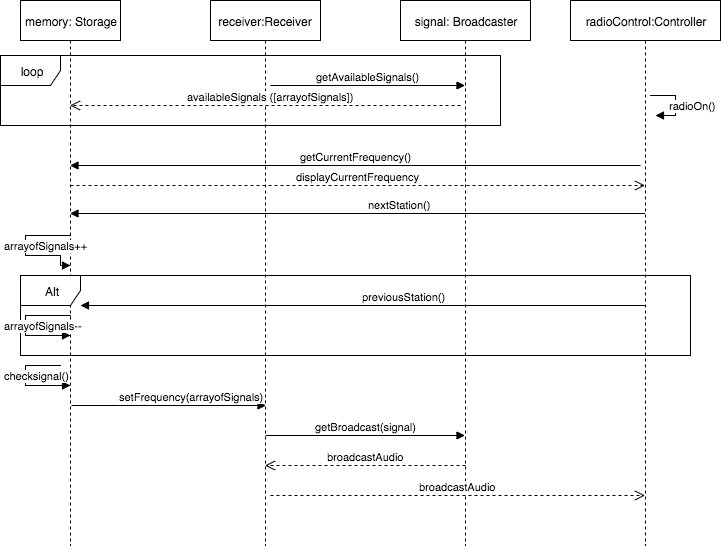
CSCI-360-01-2017/Team-Malaga keeps this draw.io diagram as OSDpng/radioFreqAndModulation.png. Above is the earlier version. Source tidied: cells renumbered, new cells last; positions are measured from the earlier drawing's top-left corner, leaving out a move shared by most shapes.
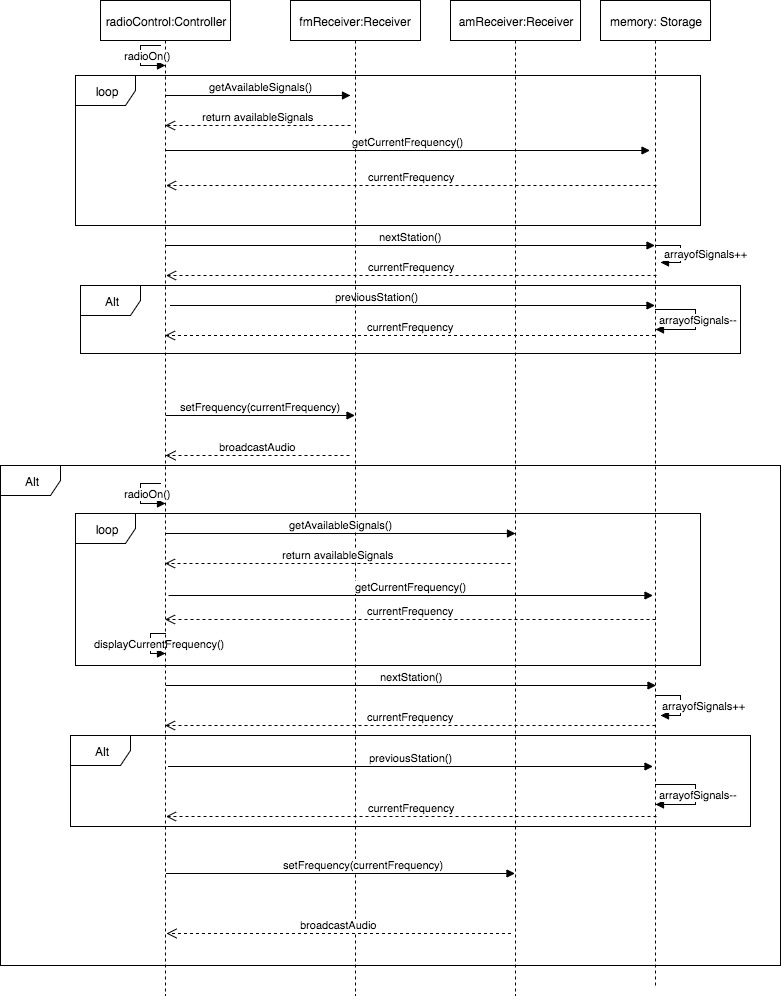
Later version of the same file.

Diff of the diagram source:
```diff
@@ -2,122 +2,241 @@
   <root>
     <mxCell id="0" />
     <mxCell id="1" parent="0" />
-    <mxCell id="2" value="receiver:Receiver" style="shape=umlLifeline;perimeter=lifelinePerimeter;whiteSpace=wrap;html=1;outlineConnect=0;" parent="1" vertex="1">
-      <mxGeometry x="210" width="110" height="545" as="geometry" />
+    <mxCell id="2" value="amReceiver:Receiver" style="shape=umlLifeline;perimeter=lifelinePerimeter;whiteSpace=wrap;html=1;outlineConnect=0;" parent="1" vertex="1">
+      <mxGeometry x="510" width="130" height="995" as="geometry" />
     </mxCell>
-    <mxCell id="3" value="getBroadcast(signal)" style="html=1;verticalAlign=bottom;endArrow=block;" parent="2" edge="1" target="7">
-      <mxGeometry relative="1" as="geometry">
-        <mxPoint x="55" y="435" as="sourcePoint" />
-      </mxGeometry>
-    </mxCell>
-    <mxCell id="4" value="radioControl:Controller" style="shape=umlLifeline;perimeter=lifelinePerimeter;whiteSpace=wrap;html=1;outlineConnect=0;" parent="1" vertex="1">
-      <mxGeometry x="570" width="150" height="545" as="geometry" />
-    </mxCell>
-    <mxCell id="5" value="radioOn()" style="edgeStyle=orthogonalEdgeStyle;html=1;align=left;spacingLeft=2;endArrow=block;rounded=0;entryX=1;entryY=0;" parent="4" edge="1">
-      <mxGeometry x="0.08" y="-10" relative="1" as="geometry">
-        <mxPoint x="80" y="95" as="sourcePoint" />
-        <mxPoint x="85" y="115" as="targetPoint" />
-        <Array as="points">
-          <mxPoint x="105" y="95" />
-        </Array>
-      </mxGeometry>
-    </mxCell>
-    <mxCell id="6" value="getCurrentFrequency()" style="html=1;verticalAlign=bottom;endArrow=block;" parent="4" edge="1" target="12">
-      <mxGeometry relative="1" as="geometry">
-        <mxPoint x="70" y="165" as="sourcePoint" />
-      </mxGeometry>
-    </mxCell>
-    <mxCell id="7" value="signal: Broadcaster" style="shape=umlLifeline;perimeter=lifelinePerimeter;whiteSpace=wrap;html=1;outlineConnect=0;" parent="1" vertex="1">
-      <mxGeometry x="400" width="130" height="545" as="geometry" />
-    </mxCell>
-    <mxCell id="8" value="availableSignals ([arrayofSignals])" style="html=1;verticalAlign=bottom;endArrow=open;dashed=1;endSize=8;" parent="7" edge="1" target="12">
-      <mxGeometry x="-0.02" relative="1" as="geometry">
-        <mxPoint x="60" y="105" as="sourcePoint" />
-      </mxGeometry>
-    </mxCell>
-    <mxCell id="9" value="broadcastAudio" style="html=1;verticalAlign=bottom;endArrow=open;dashed=1;endSize=8;" parent="7" edge="1" target="2">
-      <mxGeometry relative="1" as="geometry">
-        <mxPoint x="65" y="465" as="sourcePoint" />
-      </mxGeometry>
-    </mxCell>
     <mxCell id="10" value="loop" style="shape=umlFrame;whiteSpace=wrap;html=1;" parent="1" vertex="1">
-      <mxGeometry y="55" width="500" height="70" as="geometry" />
+      <mxGeometry x="135" y="75" width="625" height="150" as="geometry" />
     </mxCell>
-    <mxCell id="11" value="getAvailableSignals()" style="html=1;verticalAlign=bottom;endArrow=block;" parent="1" edge="1" target="7">
-      <mxGeometry relative="1" as="geometry">
-        <mxPoint x="270" y="85" as="sourcePoint" />
+    <mxCell id="11" value="getAvailableSignals()" style="html=1;verticalAlign=bottom;endArrow=block;" parent="1" edge="1">
+      <mxGeometry x="-0.81" relative="1" as="geometry">
+        <mxPoint x="350" y="95" as="sourcePoint" />
+        <mxPoint x="410" y="95" as="targetPoint" />
+        <Array as="points">
+          <mxPoint x="220" y="95" />
+        </Array>
       </mxGeometry>
     </mxCell>
     <mxCell id="12" value="memory: Storage" style="shape=umlLifeline;perimeter=lifelinePerimeter;whiteSpace=wrap;html=1;outlineConnect=0;" parent="1" vertex="1">
-      <mxGeometry x="20" width="100" height="545" as="geometry" />
+      <mxGeometry x="660" width="110" height="985" as="geometry" />
     </mxCell>
+    <mxCell id="22" value="arrayofSignals++" style="edgeStyle=orthogonalEdgeStyle;html=1;align=left;spacingLeft=2;endArrow=block;rounded=0;entryX=1;entryY=0;" parent="12" edge="1">
+      <mxGeometry x="0.08" y="-20" relative="1" as="geometry">
+        <mxPoint x="55" y="245" as="sourcePoint" />
+        <mxPoint x="60" y="262" as="targetPoint" />
+        <Array as="points">
+          <mxPoint x="55" y="245" />
+          <mxPoint x="80" y="245" />
+          <mxPoint x="80" y="262" />
+        </Array>
+      </mxGeometry>
+    </mxCell>
-    <mxCell id="13" value="nextStation()" style="html=1;verticalAlign=bottom;endArrow=block;" parent="1" edge="1" source="4" target="12">
-      <mxGeometry x="-0.15" relative="1" as="geometry">
+    <mxCell id="13" value="nextStation()" style="html=1;verticalAlign=bottom;endArrow=block;" parent="1" edge="1" target="12">
+      <mxGeometry x="-0.99" relative="1" as="geometry">
+        <mxPoint x="474.5" y="245" as="sourcePoint" />
         <Array as="points">
-          <mxPoint x="440" y="213" />
+          <mxPoint x="220" y="245" />
         </Array>
       </mxGeometry>
     </mxCell>
-    <mxCell id="14" value="displayCurrentFrequency" style="html=1;verticalAlign=bottom;endArrow=open;dashed=1;endSize=8;" parent="1" edge="1" target="4">
-      <mxGeometry relative="1" as="geometry">
-        <mxPoint x="70" y="185" as="sourcePoint" />
-      </mxGeometry>
-    </mxCell>
     <mxCell id="15" value="Alt" style="shape=umlFrame;whiteSpace=wrap;html=1;" parent="1" vertex="1">
-      <mxGeometry x="20" y="275" width="670" height="80" as="geometry" />
+      <mxGeometry x="140" y="285" width="660" height="68" as="geometry" />
     </mxCell>
-    <mxCell id="16" value="previousStation()" style="html=1;verticalAlign=bottom;endArrow=block;" parent="1" edge="1">
+    <mxCell id="16" value="previousStation()" style="html=1;verticalAlign=bottom;endArrow=block;" parent="1" edge="1" target="12">
       <mxGeometry x="-0.15" relative="1" as="geometry">
-        <mxPoint x="645.5" y="305" as="sourcePoint" />
-        <mxPoint x="80" y="305" as="targetPoint" />
+        <mxPoint x="229.5" y="305" as="sourcePoint" />
         <Array as="points">
           <mxPoint x="441" y="305" />
         </Array>
       </mxGeometry>
     </mxCell>
-    <mxCell id="17" value="arrayofSignals++" style="edgeStyle=orthogonalEdgeStyle;html=1;align=left;spacingLeft=2;endArrow=block;rounded=0;" parent="1" edge="1">
-      <mxGeometry x="0.08" y="27" relative="1" as="geometry">
-        <mxPoint x="70" y="235" as="sourcePoint" />
-        <mxPoint x="70" y="265" as="targetPoint" />
-        <Array as="points">
-          <mxPoint x="25" y="235" />
-          <mxPoint x="25" y="255" />
-          <mxPoint x="60" y="255" />
-          <mxPoint x="60" y="265" />
-        </Array>
-        <mxPoint x="-25" y="17" as="offset" />
-      </mxGeometry>
-    </mxCell>
-    <mxCell id="18" value="setFrequency(arrayofSignals)" style="html=1;verticalAlign=bottom;endArrow=block;" parent="1" edge="1">
-      <mxGeometry x="1" y="150" as="geometry">
-        <mxPoint x="71" y="405" as="sourcePoint" />
-        <mxPoint x="265.5" y="405" as="targetPoint" />
-        <mxPoint x="23" as="offset" />
-      </mxGeometry>
-    </mxCell>
-    <mxCell id="19" value="arrayofSignals--" style="edgeStyle=orthogonalEdgeStyle;html=1;align=left;spacingLeft=2;endArrow=block;rounded=0;entryX=0.5;entryY=0.6;entryPerimeter=0;" parent="1" edge="1">
-      <mxGeometry as="geometry">
-        <mxPoint x="70" y="315" as="sourcePoint" />
-        <mxPoint x="70" y="335" as="targetPoint" />
+    <mxCell id="19" value="arrayofSignals--" style="edgeStyle=orthogonalEdgeStyle;html=1;align=left;spacingLeft=2;endArrow=block;rounded=0;" parent="1" edge="1">
+      <mxGeometry x="-5" y="-16" as="geometry">
+        <mxPoint x="715" y="309" as="sourcePoint" />
+        <mxPoint x="715" y="329" as="targetPoint" />
         <Array as="points">
-          <mxPoint x="25" y="315" />
-          <mxPoint x="25" y="335" />
+          <mxPoint x="755" y="309" />
+          <mxPoint x="755" y="329" />
         </Array>
-        <mxPoint x="-70" as="offset" />
       </mxGeometry>
     </mxCell>
-    <mxCell id="20" value="broadcastAudio" style="html=1;verticalAlign=bottom;endArrow=open;dashed=1;endSize=8;exitX=0.545;exitY=0.908;exitPerimeter=0;" parent="1" edge="1" source="2" target="4">
-      <mxGeometry relative="1" as="geometry" />
-    </mxCell>
-    <mxCell id="21" value="checksignal()" style="edgeStyle=orthogonalEdgeStyle;html=1;align=left;spacingLeft=2;endArrow=block;rounded=0;" parent="1" edge="1">
-      <mxGeometry x="0.1" y="27" relative="1" as="geometry">
-        <mxPoint x="60" y="365" as="sourcePoint" />
-        <mxPoint x="70" y="385" as="targetPoint" />
-        <Array as="points">
-          <mxPoint x="25" y="365" />
-        </Array>
-        <mxPoint x="-25" y="17" as="offset" />
-      </mxGeometry>
-    </mxCell>
+    <mxCell id="23" value="currentFrequency" style="html=1;verticalAlign=bottom;endArrow=open;dashed=1;endSize=8;" parent="1" edge="1" source="12" target="4">
+      <mxGeometry relative="1" as="geometry">
+        <Array as="points">
+          <mxPoint x="470" y="335" />
+        </Array>
+      </mxGeometry>
+    </mxCell>
+    <mxCell id="24" value="return availableSignals" style="html=1;verticalAlign=bottom;endArrow=open;dashed=1;endSize=8;" parent="1" edge="1" target="4">
+      <mxGeometry relative="1" as="geometry">
+        <mxPoint x="410" y="125" as="sourcePoint" />
+      </mxGeometry>
+    </mxCell>
+    <mxCell id="25" value="fmReceiver:Receiver" style="shape=umlLifeline;perimeter=lifelinePerimeter;whiteSpace=wrap;html=1;outlineConnect=0;" parent="1" vertex="1">
+      <mxGeometry x="350" width="130" height="995" as="geometry" />
+    </mxCell>
+    <mxCell id="26" value="getCurrentFrequency()" style="html=1;verticalAlign=bottom;endArrow=block;" parent="1" edge="1">
+      <mxGeometry x="265" y="205" as="geometry">
+        <mxPoint x="225" y="150" as="sourcePoint" />
+        <mxPoint x="709.5" y="150" as="targetPoint" />
+      </mxGeometry>
+    </mxCell>
+    <mxCell id="27" value="displayCurrentFrequency()" style="edgeStyle=orthogonalEdgeStyle;html=1;align=left;spacingLeft=2;endArrow=block;rounded=0;" parent="1" edge="1">
+      <mxGeometry y="118" as="geometry">
+        <mxPoint x="225" y="633" as="sourcePoint" />
+        <mxPoint x="225" y="653" as="targetPoint" />
+        <Array as="points">
+          <mxPoint x="210" y="633" />
+        </Array>
+        <mxPoint x="-75" as="offset" />
+      </mxGeometry>
+    </mxCell>
+    <mxCell id="28" value="loop" style="shape=umlFrame;whiteSpace=wrap;html=1;" parent="1" vertex="1">
+      <mxGeometry x="135" y="513" width="625" height="152" as="geometry" />
+    </mxCell>
+    <mxCell id="29" value="getAvailableSignals()" style="html=1;verticalAlign=bottom;endArrow=block;" parent="1" edge="1">
+      <mxGeometry x="264.5" y="588" as="geometry">
+        <mxPoint x="224.5" y="533" as="sourcePoint" />
+        <mxPoint x="575" y="533" as="targetPoint" />
+        <Array as="points">
+          <mxPoint x="400" y="533" />
+        </Array>
+        <mxPoint x="1" as="offset" />
+      </mxGeometry>
+    </mxCell>
+    <mxCell id="30" value="arrayofSignals++" style="edgeStyle=orthogonalEdgeStyle;html=1;align=left;spacingLeft=2;endArrow=block;rounded=0;entryX=1;entryY=0;" parent="1" edge="1">
+      <mxGeometry x="755" y="750" as="geometry">
+        <mxPoint x="715" y="695" as="sourcePoint" />
+        <mxPoint x="720" y="715" as="targetPoint" />
+        <Array as="points">
+          <mxPoint x="740" y="695" />
+        </Array>
+      </mxGeometry>
+    </mxCell>
+    <mxCell id="31" value="nextStation()" style="html=1;verticalAlign=bottom;endArrow=block;" parent="1" edge="1">
+      <mxGeometry x="265.5" y="740" as="geometry">
+        <mxPoint x="225.5" y="685" as="sourcePoint" />
+        <mxPoint x="715.5" y="685" as="targetPoint" />
+        <Array as="points">
+          <mxPoint x="441" y="685" />
+        </Array>
+      </mxGeometry>
+    </mxCell>
+    <mxCell id="32" value="previousStation()" style="html=1;verticalAlign=bottom;endArrow=block;" parent="1" edge="1">
+      <mxGeometry x="267.5" y="821" as="geometry">
+        <mxPoint x="227.5" y="766" as="sourcePoint" />
+        <mxPoint x="712.5" y="766" as="targetPoint" />
+        <Array as="points">
+          <mxPoint x="439" y="766" />
+        </Array>
+      </mxGeometry>
+    </mxCell>
+    <mxCell id="33" value="setFrequency(currentFrequency)" style="html=1;verticalAlign=bottom;endArrow=block;" parent="1" edge="1" target="2">
+      <mxGeometry x="-3" y="618" as="geometry">
+        <mxPoint x="225.5" y="873" as="sourcePoint" />
+        <mxPoint x="23" as="offset" />
+      </mxGeometry>
+    </mxCell>
+    <mxCell id="34" value="arrayofSignals--" style="edgeStyle=orthogonalEdgeStyle;html=1;align=left;spacingLeft=2;endArrow=block;rounded=0;" parent="1" edge="1">
+      <mxGeometry x="-5" y="459" as="geometry">
+        <mxPoint x="715" y="784" as="sourcePoint" />
+        <mxPoint x="715" y="804" as="targetPoint" />
+        <Array as="points">
+          <mxPoint x="715" y="784" />
+          <mxPoint x="755" y="784" />
+          <mxPoint x="755" y="804" />
+        </Array>
+      </mxGeometry>
+    </mxCell>
+    <mxCell id="35" value="currentFrequency" style="html=1;verticalAlign=bottom;endArrow=open;dashed=1;endSize=8;exitX=0.5;exitY=0.334;exitPerimeter=0;" parent="1" edge="1">
+      <mxGeometry x="264.5" y="674" as="geometry">
+        <mxPoint x="715" y="619" as="sourcePoint" />
+        <mxPoint x="224.5" y="619" as="targetPoint" />
+      </mxGeometry>
+    </mxCell>
+    <mxCell id="36" value="broadcastAudio" style="html=1;verticalAlign=bottom;endArrow=open;dashed=1;endSize=8;" parent="1" edge="1">
+      <mxGeometry x="266" y="988" as="geometry">
+        <mxPoint x="570.5" y="933" as="sourcePoint" />
+        <mxPoint x="226" y="933" as="targetPoint" />
+      </mxGeometry>
+    </mxCell>
+    <mxCell id="37" value="return availableSignals" style="html=1;verticalAlign=bottom;endArrow=open;dashed=1;endSize=8;" parent="1" edge="1">
+      <mxGeometry x="264.5" y="618" as="geometry">
+        <mxPoint x="570" y="563" as="sourcePoint" />
+        <mxPoint x="224.5" y="563" as="targetPoint" />
+      </mxGeometry>
+    </mxCell>
+    <mxCell id="38" value="currentFrequency" style="html=1;verticalAlign=bottom;endArrow=open;dashed=1;endSize=8;exitX=0.5;exitY=0.334;exitPerimeter=0;" parent="1" edge="1">
+      <mxGeometry x="265.5" y="240" as="geometry">
+        <mxPoint x="716" y="185" as="sourcePoint" />
+        <mxPoint x="225.5" y="185" as="targetPoint" />
+      </mxGeometry>
+    </mxCell>
+    <mxCell id="39" value="Alt" style="shape=umlFrame;whiteSpace=wrap;html=1;" parent="1" vertex="1">
+      <mxGeometry x="60" y="465" width="780" height="500" as="geometry" />
+    </mxCell>
+    <mxCell id="40" value="currentFrequency" style="html=1;verticalAlign=bottom;endArrow=open;dashed=1;endSize=8;exitX=0.5;exitY=0.334;exitPerimeter=0;" parent="1" edge="1">
+      <mxGeometry x="265.5" y="871" as="geometry">
+        <mxPoint x="716" y="816" as="sourcePoint" />
+        <mxPoint x="225.5" y="816" as="targetPoint" />
+      </mxGeometry>
+    </mxCell>
+    <mxCell id="41" value="setFrequency(currentFrequency)" style="html=1;verticalAlign=bottom;endArrow=block;" parent="1" edge="1" target="25">
+      <mxGeometry as="geometry">
+        <mxPoint x="225.5" y="415" as="sourcePoint" />
+      </mxGeometry>
+    </mxCell>
+    <mxCell id="42" value="broadcastAudio" style="html=1;verticalAlign=bottom;endArrow=open;dashed=1;endSize=8;" parent="1" edge="1">
+      <mxGeometry x="265" y="510" as="geometry">
+        <mxPoint x="409" y="455" as="sourcePoint" />
+        <mxPoint x="225" y="455" as="targetPoint" />
+      </mxGeometry>
+    </mxCell>
+    <mxCell id="43" value="currentFrequency" style="html=1;verticalAlign=bottom;endArrow=open;dashed=1;endSize=8;exitX=0.5;exitY=0.334;exitPerimeter=0;" parent="1" edge="1">
+      <mxGeometry x="265.5" y="330" as="geometry">
+        <mxPoint x="716" y="275" as="sourcePoint" />
+        <mxPoint x="225.5" y="275" as="targetPoint" />
+      </mxGeometry>
+    </mxCell>
+    <mxCell id="4" value="radioControl:Controller" style="shape=umlLifeline;perimeter=lifelinePerimeter;whiteSpace=wrap;html=1;outlineConnect=0;" parent="1" vertex="1">
+      <mxGeometry x="160" width="130" height="995" as="geometry" />
+    </mxCell>
+    <mxCell id="44" value="Alt" style="shape=umlFrame;whiteSpace=wrap;html=1;" parent="1" vertex="1">
+      <mxGeometry x="130" y="735" width="680" height="91" as="geometry" />
+    </mxCell>
+    <mxCell id="45" value="currentFrequency" style="html=1;verticalAlign=bottom;endArrow=open;dashed=1;endSize=8;exitX=0.5;exitY=0.334;exitPerimeter=0;" parent="1" edge="1">
+      <mxGeometry x="264.5" y="780" as="geometry">
+        <mxPoint x="715" y="725" as="sourcePoint" />
+        <mxPoint x="224.5" y="725" as="targetPoint" />
+      </mxGeometry>
+    </mxCell>
+    <mxCell id="46" value="radioOn()" style="edgeStyle=orthogonalEdgeStyle;html=1;align=left;spacingLeft=2;endArrow=block;rounded=0;entryX=1;entryY=0;" parent="1" edge="1">
+      <mxGeometry x="0.23" y="22" relative="1" as="geometry">
+        <mxPoint x="220" y="45" as="sourcePoint" />
+        <mxPoint x="225" y="65" as="targetPoint" />
+        <Array as="points">
+          <mxPoint x="200" y="45" />
+          <mxPoint x="200" y="65" />
+        </Array>
+        <mxPoint x="-20" y="12" as="offset" />
+      </mxGeometry>
+    </mxCell>
+    <mxCell id="47" value="radioOn()" style="edgeStyle=orthogonalEdgeStyle;html=1;align=left;spacingLeft=2;endArrow=block;rounded=0;entryX=1;entryY=0;" parent="1" edge="1">
+      <mxGeometry x="0.23" y="22" relative="1" as="geometry">
+        <mxPoint x="220" y="483" as="sourcePoint" />
+        <mxPoint x="225" y="503" as="targetPoint" />
+        <Array as="points">
+          <mxPoint x="200" y="483" />
+          <mxPoint x="200" y="503" />
+        </Array>
+        <mxPoint x="-20" y="12" as="offset" />
+      </mxGeometry>
+    </mxCell>
+    <mxCell id="48" value="getCurrentFrequency()" style="html=1;verticalAlign=bottom;endArrow=block;" parent="1" edge="1">
+      <mxGeometry x="268" y="650" as="geometry">
+        <mxPoint x="228" y="595" as="sourcePoint" />
+        <mxPoint x="712.5" y="595" as="targetPoint" />
+      </mxGeometry>
+    </mxCell>
   </root>
 </mxGraphModel>
```
